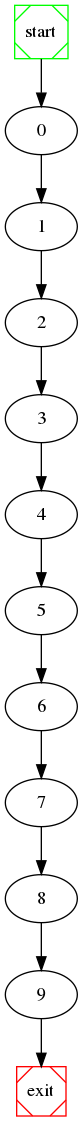
Earlier version of the Graphviz export cnf/raw_graph.png (NabeelQaiser/BTP_2k18-19). Its source is kept beside it as cnf/raw_graph.dot.
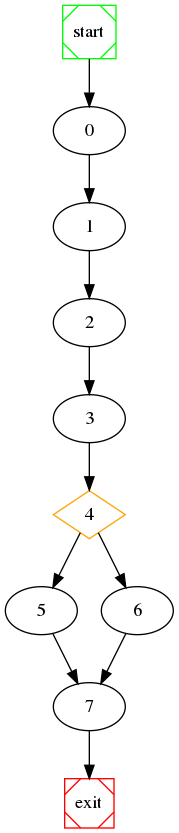
After the change.

Change to the diagram source:
```diff
@@ -4,13 +4,13 @@
 	0 -> 1 ;
 	1 -> 2 ;
 	2 -> 3 ;
+	4 [shape=diamond, color=orange] ;
+	4 -> 5 ;
+	4 -> 6 ;
 	3 -> 4 ;
-	4 -> 5 ;
-	5 -> 6 ;
 	6 -> 7 ;
-	7 -> 8 ;
-	8 -> 9 ;
-	9 -> exit;
+	5 -> 7 ;
+	7 -> exit;
 
 	start [shape=Msquare, color=green];
 	exit [shape=Msquare, color=red];
```
